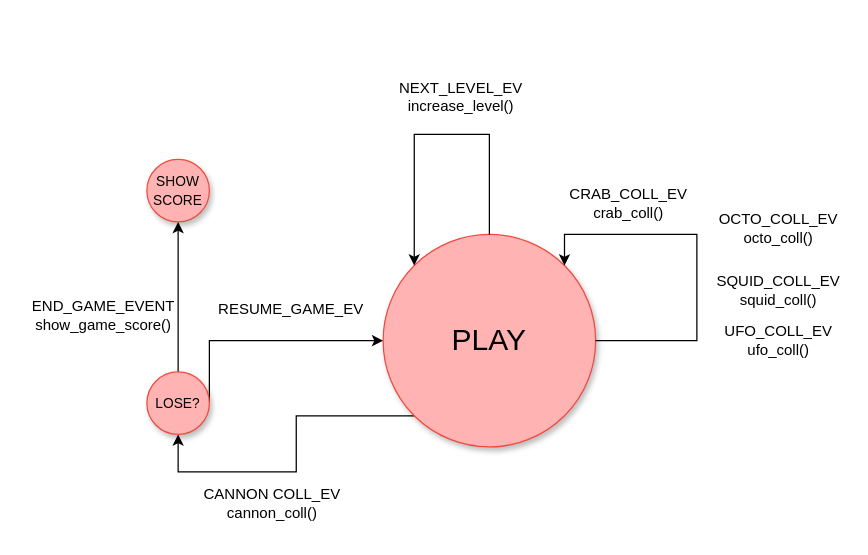
Before: some files/play_sketch.dio in KevinWahle/Programacion-1-TP-Integrador, a draw.io diagram. Source tidied: cells renumbered, new cells numbered last; positions are measured from the earlier drawing's top-left corner, leaving out a move shared by most shapes. Both pictures are drawn from the tidied source at 125%, with x=0, y=0 at pixel (21, 78).
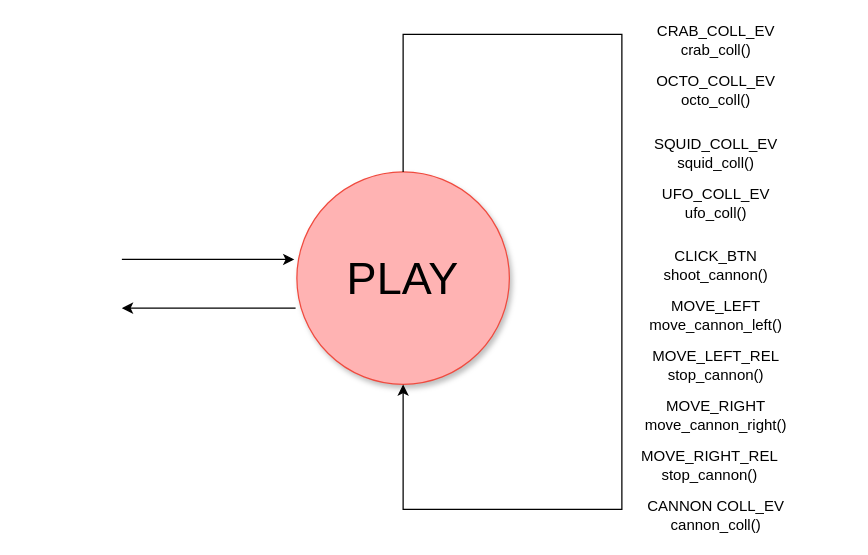
The same diagram, later.

Diff of the diagram source:
```diff
@@
-    <mxCell id="2" style="edgeStyle=orthogonalEdgeStyle;rounded=0;jettySize=auto;html=1;exitX=0;exitY=1;exitDx=0;exitDy=0;entryX=0.5;entryY=1;entryDx=0;entryDy=0;" parent="1" edge="1" source="3" target="15">
-      <mxGeometry relative="1" as="geometry" />
-    </mxCell>
-    <mxCell id="3" value="&lt;font style=&quot;font-size: 24px&quot;&gt;PLAY&lt;/font&gt;" style="ellipse;whiteSpace=wrap;html=1;shadow=1;fillColor=#FFB3B3;strokeColor=#F04A3E;" parent="1" vertex="1">
-      <mxGeometry x="289" y="125" width="170" height="170" as="geometry" />
+    <mxCell id="3" value="&lt;font style=&quot;font-size: 36px&quot;&gt;PLAY&lt;/font&gt;" style="ellipse;whiteSpace=wrap;html=1;shadow=1;fillColor=#FFB3B3;strokeColor=#F04A3E;" parent="1" vertex="1">
+      <mxGeometry x="220" y="75" width="170" height="170" as="geometry" />
     </mxCell>
-    <mxCell id="4" style="edgeStyle=orthogonalEdgeStyle;rounded=0;orthogonalLoop=1;jettySize=auto;html=1;exitX=1;exitY=0.5;exitDx=0;exitDy=0;entryX=1;entryY=0;entryDx=0;entryDy=0;" parent="1" edge="1" source="3" target="3">
-      <mxGeometry relative="1" as="geometry">
-        <Array as="points">
-          <mxPoint x="540" y="210" />
-          <mxPoint x="540" y="125" />
-          <mxPoint x="434" y="125" />
-        </Array>
-      </mxGeometry>
-    </mxCell>
     <mxCell id="5" value="OCTO_COLL_EV&lt;br&gt;octo_coll()" style="text;html=1;align=center;verticalAlign=middle;" parent="1" vertex="1">
-      <mxGeometry x="550" y="105" width="110" height="30" as="geometry" />
+      <mxGeometry x="500" y="-5" width="110" height="30" as="geometry" />
     </mxCell>
     <mxCell id="6" value="SQUID_COLL_EV&lt;br&gt;squid_coll()" style="text;html=1;align=center;verticalAlign=middle;" parent="1" vertex="1">
-      <mxGeometry x="550" y="155" width="110" height="30" as="geometry" />
+      <mxGeometry x="500" y="45" width="110" height="30" as="geometry" />
     </mxCell>
     <mxCell id="7" value="CRAB_COLL_EV&lt;br&gt;crab_coll()" style="text;html=1;align=center;verticalAlign=middle;" parent="1" vertex="1">
-      <mxGeometry x="430" y="85" width="110" height="30" as="geometry" />
+      <mxGeometry x="500" y="-45" width="110" height="30" as="geometry" />
     </mxCell>
     <mxCell id="8" value="UFO_COLL_EV&lt;br&gt;ufo_coll()" style="text;html=1;align=center;verticalAlign=middle;" parent="1" vertex="1">
-      <mxGeometry x="555" y="195" width="100" height="30" as="geometry" />
+      <mxGeometry x="505" y="85" width="100" height="30" as="geometry" />
     </mxCell>
-    <mxCell id="9" style="edgeStyle=orthogonalEdgeStyle;rounded=0;orthogonalLoop=1;jettySize=auto;html=1;exitX=0.5;exitY=0;exitDx=0;exitDy=0;entryX=0;entryY=0;entryDx=0;entryDy=0;" parent="1" edge="1" source="3" target="3">
-      <mxGeometry relative="1" as="geometry">
-        <Array as="points">
-          <mxPoint x="374" y="45" />
-          <mxPoint x="314" y="45" />
-        </Array>
-      </mxGeometry>
-    </mxCell>
-    <mxCell id="10" value="NEXT_LEVEL_EV&lt;br&gt;increase_level()" style="text;html=1;align=center;verticalAlign=middle;" parent="1" vertex="1">
-      <mxGeometry x="296" width="110" height="30" as="geometry" />
-    </mxCell>
     <mxCell id="11" value="CANNON COLL_EV&lt;br&gt;cannon_coll()" style="text;html=1;align=center;verticalAlign=middle;" parent="1" vertex="1">
-      <mxGeometry x="140" y="325" width="120" height="30" as="geometry" />
+      <mxGeometry x="495" y="335" width="120" height="30" as="geometry" />
     </mxCell>
-    <mxCell id="12" value="&lt;font style=&quot;font-size: 11px&quot;&gt;SHOW SCORE&lt;/font&gt;" style="ellipse;whiteSpace=wrap;html=1;shadow=1;fillColor=#FFB3B3;strokeColor=#F04A3E;" parent="1" vertex="1">
-      <mxGeometry x="100" y="65" width="50" height="50" as="geometry" />
-    </mxCell>
-    <mxCell id="13" style="edgeStyle=orthogonalEdgeStyle;rounded=0;jettySize=auto;html=1;exitX=0.5;exitY=0;exitDx=0;exitDy=0;entryX=0.5;entryY=1;entryDx=0;entryDy=0;" parent="1" edge="1" source="15" target="12">
-      <mxGeometry relative="1" as="geometry" />
-    </mxCell>
-    <mxCell id="14" style="edgeStyle=orthogonalEdgeStyle;rounded=0;jettySize=auto;html=1;exitX=1;exitY=0.5;exitDx=0;exitDy=0;entryX=0;entryY=0.5;entryDx=0;entryDy=0;" parent="1" edge="1" source="15" target="3">
-      <mxGeometry relative="1" as="geometry">
-        <Array as="points">
-          <mxPoint x="150" y="210" />
-        </Array>
-      </mxGeometry>
-    </mxCell>
-    <mxCell id="15" value="&lt;font style=&quot;font-size: 11px&quot;&gt;LOSE?&lt;/font&gt;" style="ellipse;whiteSpace=wrap;html=1;shadow=1;fillColor=#FFB3B3;strokeColor=#F04A3E;" parent="1" vertex="1">
-      <mxGeometry x="100" y="235" width="50" height="50" as="geometry" />
-    </mxCell>
-    <mxCell id="16" value="END_GAME_EVENT&lt;br&gt;show_game_score()" style="text;html=1;align=center;verticalAlign=middle;" parent="1" vertex="1">
-      <mxGeometry y="175" width="130" height="30" as="geometry" />
-    </mxCell>
-    <mxCell id="17" value="RESUME_GAME_EV&lt;br&gt;" style="text;html=1;align=center;verticalAlign=middle;" parent="1" vertex="1">
-      <mxGeometry x="150" y="175" width="130" height="20" as="geometry" />
-    </mxCell>
+    <mxCell id="18" value="CLICK_BTN&lt;br&gt;shoot_cannon()&lt;br&gt;" style="text;html=1;align=center;verticalAlign=middle;" parent="1" vertex="1">
+      <mxGeometry x="505" y="135" width="100" height="30" as="geometry" />
+    </mxCell>
+    <mxCell id="19" value="MOVE_LEFT&lt;br&gt;move_cannon_left()" style="text;html=1;align=center;verticalAlign=middle;" parent="1" vertex="1">
+      <mxGeometry x="495" y="175" width="120" height="30" as="geometry" />
+    </mxCell>
+    <mxCell id="20" value="MOVE_RIGHT&lt;br&gt;move_cannon_right()" style="text;html=1;align=center;verticalAlign=middle;" parent="1" vertex="1">
+      <mxGeometry x="490" y="255" width="130" height="30" as="geometry" />
+    </mxCell>
+    <mxCell id="21" value="MOVE_LEFT_REL&lt;br&gt;stop_cannon()" style="text;html=1;align=center;verticalAlign=middle;" parent="1" vertex="1">
+      <mxGeometry x="495" y="215" width="120" height="30" as="geometry" />
+    </mxCell>
+    <mxCell id="22" value="MOVE_RIGHT_REL&lt;br&gt;stop_cannon()" style="text;html=1;align=center;verticalAlign=middle;" parent="1" vertex="1">
+      <mxGeometry x="490" y="295" width="120" height="30" as="geometry" />
+    </mxCell>
+    <mxCell id="23" style="edgeStyle=orthogonalEdgeStyle;rounded=0;orthogonalLoop=1;jettySize=auto;html=1;exitX=0.5;exitY=0;exitDx=0;exitDy=0;entryX=0.5;entryY=1;entryDx=0;entryDy=0;" parent="1" edge="1" source="3" target="3">
+      <mxGeometry relative="1" as="geometry">
+        <Array as="points">
+          <mxPoint x="305" y="-35" />
+          <mxPoint x="480" y="-35" />
+          <mxPoint x="480" y="345" />
+          <mxPoint x="305" y="345" />
+        </Array>
+      </mxGeometry>
+    </mxCell>
+    <mxCell id="24" style="endArrow=classic;html=1;entryX=-0.012;entryY=0.412;entryDx=0;entryDy=0;entryPerimeter=0;" parent="1" edge="1" target="3">
+      <mxGeometry relative="1" as="geometry">
+        <mxPoint x="80" y="145" as="sourcePoint" />
+      </mxGeometry>
+    </mxCell>
+    <mxCell id="25" style="endArrow=classic;html=1;exitX=-0.006;exitY=0.641;exitDx=0;exitDy=0;exitPerimeter=0;" parent="1" edge="1" source="3">
+      <mxGeometry relative="1" as="geometry">
+        <mxPoint x="80" y="184" as="targetPoint" />
+      </mxGeometry>
+    </mxCell>
```
